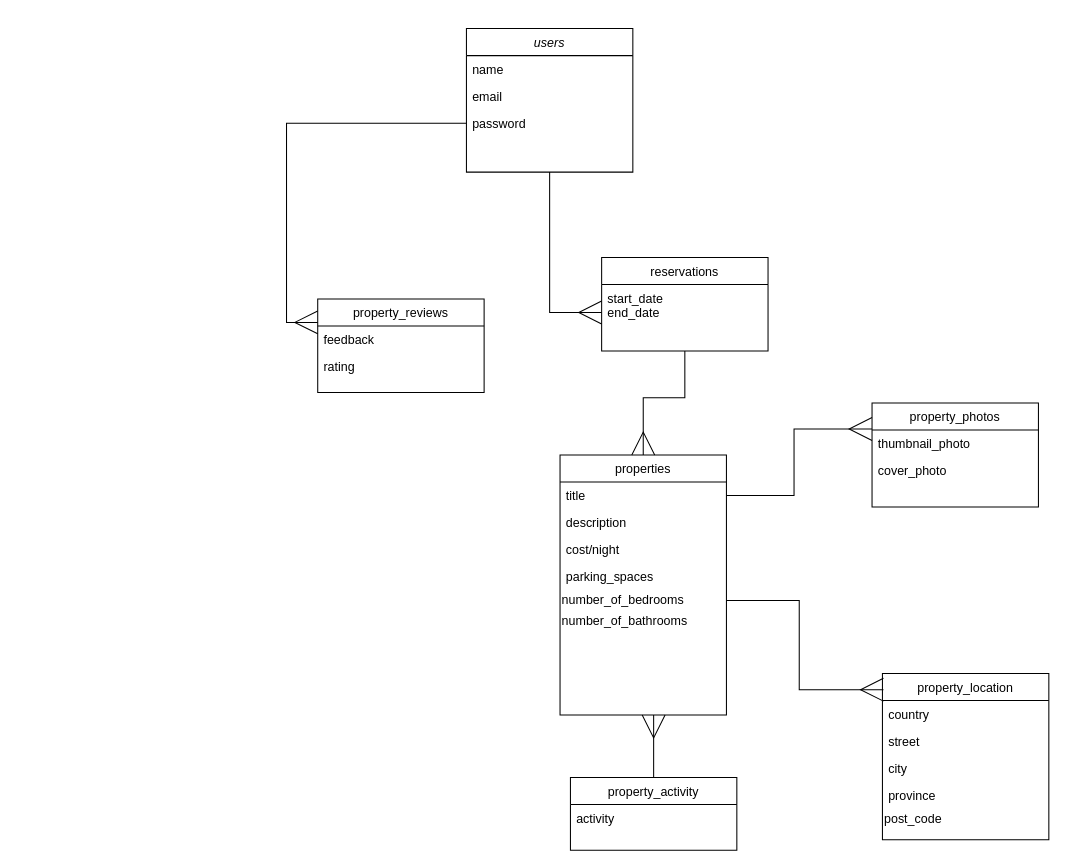
Kevinliao0857/LighthouseBnB keeps this draw.io diagram as erb/lightbnb erb.drawio. Above is the earlier version. Source tidied: cells renumbered, new cells numbered last; positions are measured from the earlier drawing's top-left corner, leaving out a move shared by most shapes. Both pictures are drawn from the tidied source at 104%, with x=0, y=0 at pixel (317, 28).
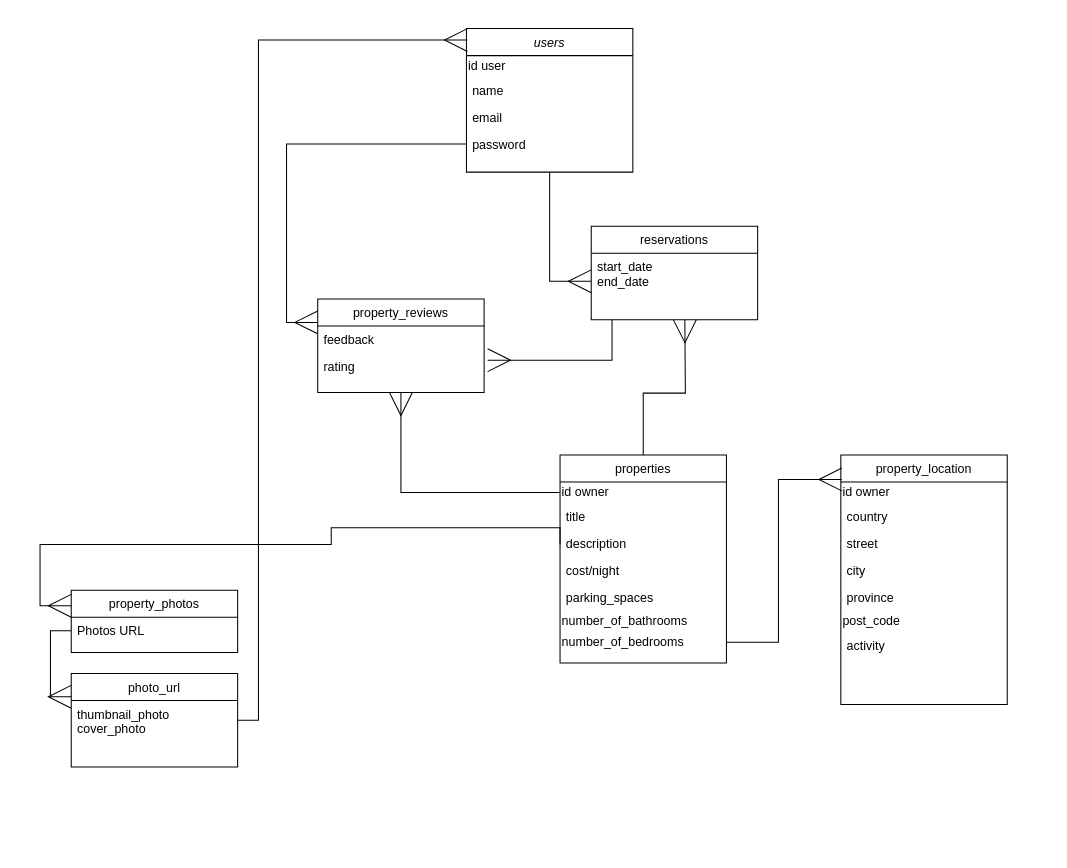
The same diagram, later.

Unchanged cells that the change refers to:
```xml
<mxCell id="3" value="users" style="swimlane;fontStyle=2;align=center;verticalAlign=top;horizontal=1;startSize=26;rounded=0;shadow=0;strokeWidth=1;" parent="1" vertex="1">
  <mxGeometry x="143" width="160" height="138" as="geometry" />
</mxCell>
<mxCell id="17" value="property_reviews" style="swimlane;fontStyle=0;align=center;verticalAlign=top;horizontal=1;startSize=26;rounded=0;shadow=0;strokeWidth=1;" parent="1" vertex="1">
  <mxGeometry y="260" width="160" height="90" as="geometry" />
</mxCell>
<mxCell id="19" value="rating" style="text;align=left;verticalAlign=top;spacingLeft=4;spacingRight=4;overflow=hidden;points=[[0,0.5],[1,0.5]];portConstraint=eastwest;rounded=0;shadow=0;html=0;" parent="17" vertex="1">
  <mxGeometry y="52" width="160" height="26" as="geometry" />
</mxCell>
```

Change to the diagram source:
```diff
@@
+    <mxCell id="35" value="&lt;div align=&quot;left&quot;&gt;id user&lt;br&gt;&lt;/div&gt;" style="text;html=1;align=left;verticalAlign=middle;" parent="3" vertex="1">
+      <mxGeometry y="26" width="160" height="20" as="geometry" />
+    </mxCell>
     <mxCell id="4" value="name" style="text;align=left;verticalAlign=top;spacingLeft=4;spacingRight=4;overflow=hidden;" parent="3" vertex="1">
-      <mxGeometry y="26" width="160" height="26" as="geometry" />
+      <mxGeometry y="46" width="160" height="26" as="geometry" />
     </mxCell>
     <mxCell id="5" value="email" style="text;align=left;verticalAlign=top;spacingLeft=4;spacingRight=4;overflow=hidden;rounded=0;shadow=0;html=0;" parent="3" vertex="1">
-      <mxGeometry y="52" width="160" height="26" as="geometry" />
+      <mxGeometry y="72" width="160" height="26" as="geometry" />
     </mxCell>
     <mxCell id="6" value="password" style="text;align=left;verticalAlign=top;spacingLeft=4;spacingRight=4;overflow=hidden;points=[[0,0.5],[1,0.5]];portConstraint=eastwest;rounded=0;shadow=0;html=0;" parent="3" vertex="1">
-      <mxGeometry y="78" width="160" height="26" as="geometry" />
+      <mxGeometry y="98" width="160" height="26" as="geometry" />
     </mxCell>
+    <mxCell id="36" style="edgeStyle=orthogonalEdgeStyle;rounded=0;jettySize=auto;html=1;endArrow=ERmany;endFill=0;endSize=20;strokeWidth=1;" parent="1" edge="1" source="7">
+      <mxGeometry relative="1" as="geometry">
+        <mxPoint x="353" y="280" as="targetPoint" />
+      </mxGeometry>
+    </mxCell>
     <mxCell id="7" value="properties" style="swimlane;fontStyle=0;align=center;verticalAlign=top;horizontal=1;startSize=26;rounded=0;shadow=0;strokeWidth=1;" parent="1" vertex="1">
-      <mxGeometry x="233" y="410" width="160" height="250" as="geometry" />
+      <mxGeometry x="233" y="410" width="160" height="200" as="geometry" />
     </mxCell>
+    <mxCell id="37" value="&lt;div align=&quot;left&quot;&gt;id owner&lt;/div&gt;" style="text;html=1;align=left;verticalAlign=middle;points=[];" parent="7" vertex="1">
+      <mxGeometry y="26" width="160" height="20" as="geometry" />
+    </mxCell>
     <mxCell id="8" value="title" style="text;align=left;verticalAlign=top;spacingLeft=4;spacingRight=4;overflow=hidden;points=[[0,0.5],[1,0.5]];portConstraint=eastwest;" parent="7" vertex="1">
-      <mxGeometry y="26" width="160" height="26" as="geometry" />
+      <mxGeometry y="46" width="160" height="26" as="geometry" />
     </mxCell>
     <mxCell id="9" value="description" style="text;align=left;verticalAlign=top;spacingLeft=4;spacingRight=4;overflow=hidden;rounded=0;shadow=0;html=0;" parent="7" vertex="1">
-      <mxGeometry y="52" width="160" height="26" as="geometry" />
+      <mxGeometry y="72" width="160" height="26" as="geometry" />
     </mxCell>
     <mxCell id="10" value="cost/night" style="text;align=left;verticalAlign=top;spacingLeft=4;spacingRight=4;overflow=hidden;fontStyle=0;" parent="7" vertex="1">
-      <mxGeometry y="78" width="160" height="26" as="geometry" />
+      <mxGeometry y="98" width="160" height="26" as="geometry" />
     </mxCell>
     <mxCell id="11" value="parking_spaces" style="text;align=left;verticalAlign=top;spacingLeft=4;spacingRight=4;overflow=hidden;" parent="7" vertex="1">
-      <mxGeometry y="104" width="160" height="26" as="geometry" />
+      <mxGeometry y="124" width="160" height="26" as="geometry" />
     </mxCell>
+    <mxCell id="13" value="&lt;div align=&quot;left&quot;&gt;number_of_bathrooms&lt;/div&gt;" style="text;html=1;align=left;verticalAlign=middle;" parent="7" vertex="1">
+      <mxGeometry y="150" width="160" height="20" as="geometry" />
+    </mxCell>
     <mxCell id="12" value="&lt;div align=&quot;left&quot;&gt;number_of_bedrooms &lt;br&gt;&lt;/div&gt;" style="text;html=1;align=left;verticalAlign=middle;points=[];rotation=0;" parent="7" vertex="1">
-      <mxGeometry y="130" width="160" height="20" as="geometry" />
+      <mxGeometry y="170" width="160" height="20" as="geometry" />
     </mxCell>
-    <mxCell id="13" value="&lt;div align=&quot;left&quot;&gt;number_of_bathrooms&lt;/div&gt;" style="text;html=1;align=left;verticalAlign=middle;" parent="7" vertex="1">
-      <mxGeometry y="150" width="160" height="20" as="geometry" />
-    </mxCell>
-    <mxCell id="14" style="edgeStyle=orthogonalEdgeStyle;rounded=0;jettySize=auto;html=1;endArrow=ERmany;endFill=0;endSize=20;strokeWidth=1;" parent="1" edge="1" source="15" target="7">
-      <mxGeometry relative="1" as="geometry" />
-    </mxCell>
+    <mxCell id="38" style="edgeStyle=orthogonalEdgeStyle;rounded=0;jettySize=auto;html=1;entryX=1.021;entryY=0.263;entryDx=0;entryDy=0;entryPerimeter=0;endArrow=ERmany;endFill=0;endSize=20;strokeWidth=1;" parent="1" edge="1" source="15" target="19">
+      <mxGeometry relative="1" as="geometry">
+        <Array as="points">
+          <mxPoint x="283" y="319" />
+        </Array>
+      </mxGeometry>
+    </mxCell>
     <mxCell id="15" value="reservations" style="swimlane;fontStyle=0;align=center;verticalAlign=top;horizontal=1;startSize=26;rounded=0;shadow=0;strokeWidth=1;" parent="1" vertex="1">
-      <mxGeometry x="273" y="220" width="160" height="90" as="geometry" />
+      <mxGeometry x="263" y="190" width="160" height="90" as="geometry" />
     </mxCell>
@@
     <mxCell id="20" value="property_photos" style="swimlane;fontStyle=0;align=center;verticalAlign=top;horizontal=1;startSize=26;rounded=0;shadow=0;strokeWidth=1;" parent="1" vertex="1">
-      <mxGeometry x="533" y="360" width="160" height="100" as="geometry" />
+      <mxGeometry x="-237" y="540" width="160" height="60" as="geometry" />
     </mxCell>
-    <mxCell id="21" value="thumbnail_photo" style="text;align=left;verticalAlign=top;spacingLeft=4;spacingRight=4;overflow=hidden;points=[[0,0.5],[1,0.5]];portConstraint=eastwest;" parent="20" vertex="1">
+    <mxCell id="21" value="Photos URL" style="text;align=left;verticalAlign=top;spacingLeft=4;spacingRight=4;overflow=hidden;points=[[0,0.5],[1,0.5]];portConstraint=eastwest;" parent="20" vertex="1">
       <mxGeometry y="26" width="160" height="26" as="geometry" />
     </mxCell>
-    <mxCell id="22" value="cover_photo" style="text;align=left;verticalAlign=top;spacingLeft=4;spacingRight=4;overflow=hidden;rounded=0;shadow=0;html=0;" parent="20" vertex="1">
-      <mxGeometry y="52" width="160" height="26" as="geometry" />
-    </mxCell>
     <mxCell id="23" value="property_location" style="swimlane;fontStyle=0;align=center;verticalAlign=top;horizontal=1;startSize=26;rounded=0;shadow=0;strokeWidth=1;" parent="1" vertex="1">
-      <mxGeometry x="543" y="620" width="160" height="160" as="geometry" />
+      <mxGeometry x="503" y="410" width="160" height="240" as="geometry" />
     </mxCell>
+    <mxCell id="39" value="&lt;div&gt;id owner&lt;/div&gt;" style="text;html=1;align=left;verticalAlign=middle;" parent="23" vertex="1">
+      <mxGeometry y="26" width="160" height="20" as="geometry" />
+    </mxCell>
     <mxCell id="24" value="country" style="text;align=left;verticalAlign=top;spacingLeft=4;spacingRight=4;overflow=hidden;" parent="23" vertex="1">
-      <mxGeometry y="26" width="160" height="26" as="geometry" />
+      <mxGeometry y="46" width="160" height="26" as="geometry" />
     </mxCell>
     <mxCell id="25" value="street" style="text;align=left;verticalAlign=top;spacingLeft=4;spacingRight=4;overflow=hidden;rounded=0;shadow=0;html=0;" parent="23" vertex="1">
-      <mxGeometry y="52" width="160" height="26" as="geometry" />
+      <mxGeometry y="72" width="160" height="26" as="geometry" />
     </mxCell>
     <mxCell id="26" value="city" style="text;align=left;verticalAlign=top;spacingLeft=4;spacingRight=4;overflow=hidden;fontStyle=0;" parent="23" vertex="1">
-      <mxGeometry y="78" width="160" height="26" as="geometry" />
+      <mxGeometry y="98" width="160" height="26" as="geometry" />
     </mxCell>
     <mxCell id="27" value="province" style="text;align=left;verticalAlign=top;spacingLeft=4;spacingRight=4;overflow=hidden;" parent="23" vertex="1">
-      <mxGeometry y="104" width="160" height="26" as="geometry" />
+      <mxGeometry y="124" width="160" height="26" as="geometry" />
     </mxCell>
     <mxCell id="28" value="post_code" style="text;html=1;align=left;verticalAlign=middle;rotation=0;" parent="23" vertex="1">
-      <mxGeometry y="130" width="160" height="20" as="geometry" />
+      <mxGeometry y="150" width="160" height="20" as="geometry" />
     </mxCell>
-    <mxCell id="29" style="edgeStyle=orthogonalEdgeStyle;rounded=0;jettySize=auto;html=1;endArrow=ERmany;endFill=0;endSize=20;strokeWidth=1;" parent="1" edge="1" source="30">
-      <mxGeometry relative="1" as="geometry">
-        <mxPoint x="323" y="660" as="targetPoint" />
-      </mxGeometry>
-    </mxCell>
-    <mxCell id="30" value="property_activity" style="swimlane;fontStyle=0;align=center;verticalAlign=top;horizontal=1;startSize=26;rounded=0;shadow=0;strokeWidth=1;" parent="1" vertex="1">
-      <mxGeometry x="243" y="720" width="160" height="70" as="geometry" />
-    </mxCell>
-    <mxCell id="31" value="activity" style="text;align=left;verticalAlign=top;spacingLeft=4;spacingRight=4;overflow=hidden;" parent="30" vertex="1">
-      <mxGeometry y="26" width="160" height="26" as="geometry" />
+    <mxCell id="31" value="activity" style="text;align=left;verticalAlign=top;spacingLeft=4;spacingRight=4;overflow=hidden;" parent="23" vertex="1">
+      <mxGeometry y="170" width="160" height="26" as="geometry" />
     </mxCell>
-    <mxCell id="32" style="edgeStyle=orthogonalEdgeStyle;rounded=0;jettySize=auto;html=1;exitX=1;exitY=0.5;exitDx=0;exitDy=0;entryX=0;entryY=0.25;entryDx=0;entryDy=0;endArrow=ERmany;endFill=0;endSize=20;strokeWidth=1;" parent="1" edge="1" source="8" target="20">
-      <mxGeometry relative="1" as="geometry" />
+    <mxCell id="32" style="edgeStyle=orthogonalEdgeStyle;rounded=0;jettySize=auto;html=1;entryX=0;entryY=0.25;entryDx=0;entryDy=0;endArrow=ERmany;endFill=0;endSize=20;strokeWidth=1;" parent="1" edge="1" target="20">
+      <mxGeometry relative="1" as="geometry">
+        <mxPoint x="233" y="496" as="sourcePoint" />
+        <Array as="points">
+          <mxPoint x="233" y="480" />
+          <mxPoint x="13" y="480" />
+          <mxPoint x="13" y="496" />
+          <mxPoint x="-267" y="496" />
+          <mxPoint x="-267" y="555" />
+        </Array>
+      </mxGeometry>
     </mxCell>
@@
+    <mxCell id="40" style="edgeStyle=orthogonalEdgeStyle;rounded=0;jettySize=auto;html=1;exitX=1;exitY=0.5;exitDx=0;exitDy=0;entryX=0.006;entryY=0.08;entryDx=0;entryDy=0;entryPerimeter=0;endArrow=ERmany;endFill=0;endSize=20;strokeWidth=1;" parent="1" edge="1" source="41" target="3">
+      <mxGeometry relative="1" as="geometry">
+        <Array as="points">
+          <mxPoint x="-57" y="665" />
+          <mxPoint x="-57" y="11" />
+        </Array>
+      </mxGeometry>
+    </mxCell>
+    <mxCell id="41" value="photo_url" style="swimlane;fontStyle=0;align=center;verticalAlign=top;horizontal=1;startSize=26;rounded=0;shadow=0;strokeWidth=1;" parent="1" vertex="1">
+      <mxGeometry x="-237" y="620" width="160" height="90" as="geometry" />
+    </mxCell>
+    <mxCell id="42" value="thumbnail_photo&#10;cover_photo&#10;" style="text;align=left;verticalAlign=top;spacingLeft=4;spacingRight=4;overflow=hidden;" parent="41" vertex="1">
+      <mxGeometry y="26" width="160" height="64" as="geometry" />
+    </mxCell>
+    <mxCell id="43" style="edgeStyle=orthogonalEdgeStyle;rounded=0;jettySize=auto;html=1;entryX=0;entryY=0.25;entryDx=0;entryDy=0;endArrow=ERmany;endFill=0;endSize=20;strokeWidth=1;" parent="1" edge="1" source="21" target="41">
+      <mxGeometry relative="1" as="geometry" />
+    </mxCell>
+    <mxCell id="44" style="edgeStyle=orthogonalEdgeStyle;rounded=0;jettySize=auto;html=1;entryX=0.5;entryY=1;entryDx=0;entryDy=0;endArrow=ERmany;endFill=0;endSize=20;strokeWidth=1;" parent="1" edge="1" source="37" target="17">
+      <mxGeometry relative="1" as="geometry" />
+    </mxCell>
```
